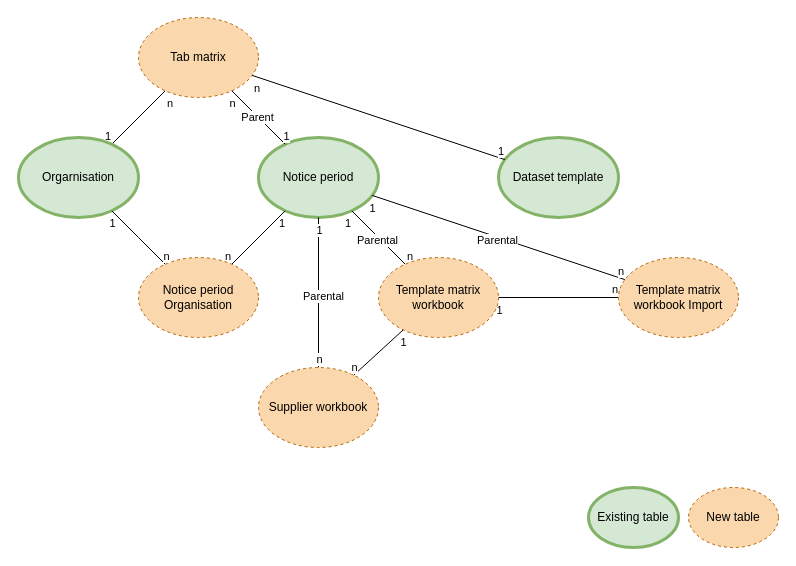
The draw.io diagram page "Workbook management tables" (8 of 12) of Data portal.drawio in danieldotskc/helloworld, before the edit. Source tidied: cells renumbered, new cells numbered last; positions are measured from the earlier drawing's top-left corner, leaving out a move shared by most shapes. Both pictures are drawn from the tidied source at 100%, with x=0, y=0 at pixel (18, 17).
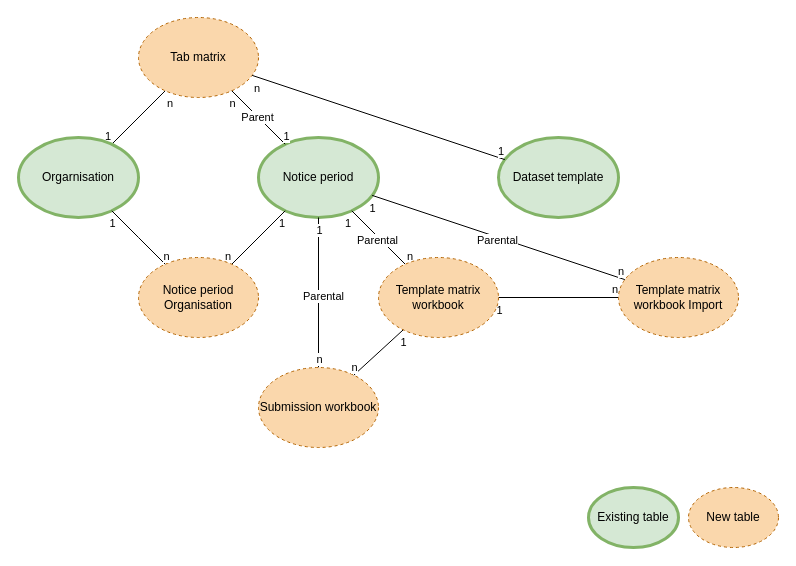
After the change.

Change to the diagram source:
```diff
@@
-    <mxCell id="23" value="Supplier workbook" style="ellipse;whiteSpace=wrap;html=1;strokeWidth=1;fillColor=#fad7ac;strokeColor=#b46504;dashed=1;" parent="1" vertex="1">
+    <mxCell id="23" value="Submission workbook" style="ellipse;whiteSpace=wrap;html=1;strokeWidth=1;fillColor=#fad7ac;strokeColor=#b46504;dashed=1;" parent="1" vertex="1">
       <mxGeometry x="240" y="350" width="120" height="80" as="geometry" />
     </mxCell>
```
